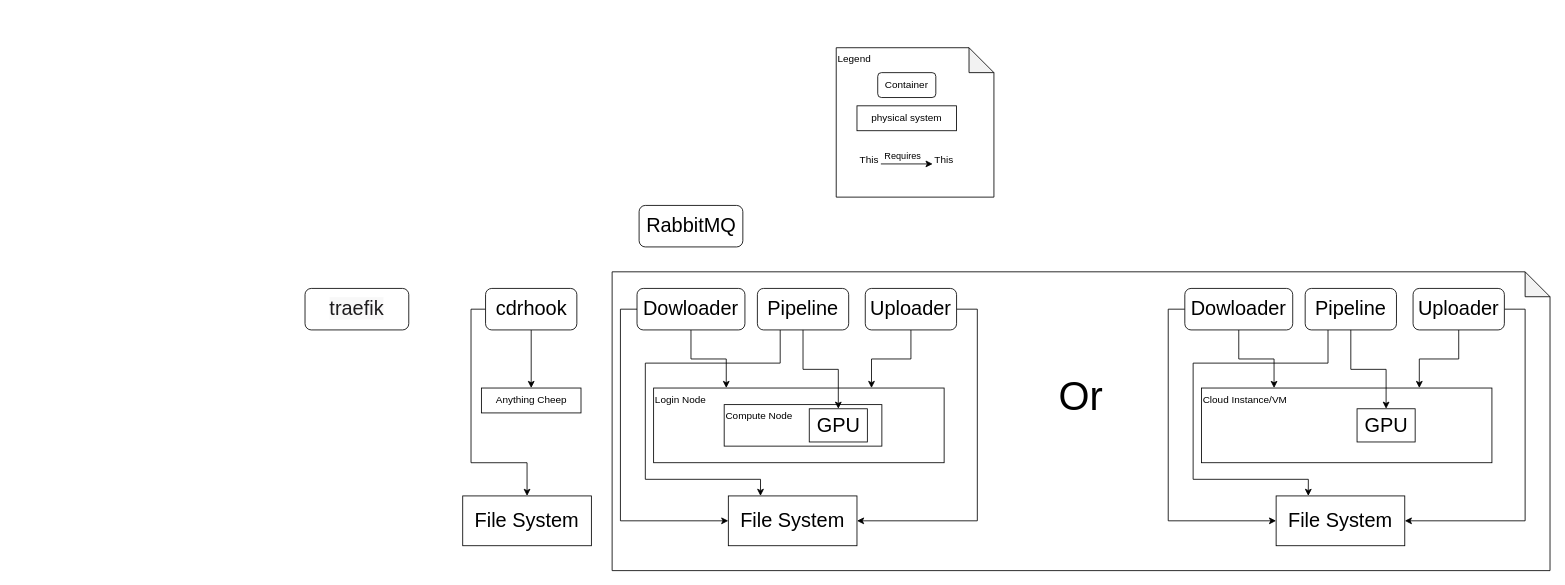
The draw.io diagram SystemDiagram.drawio in DARPA-CRITICALMAAS/uiuc-cdr, before the edit. Source tidied: cells renumbered, new cells numbered last; positions are measured from the earlier drawing's top-left corner, leaving out a move shared by most shapes. Both pictures are drawn from the tidied source at 83%, with x=0, y=0 at pixel (305, 47).
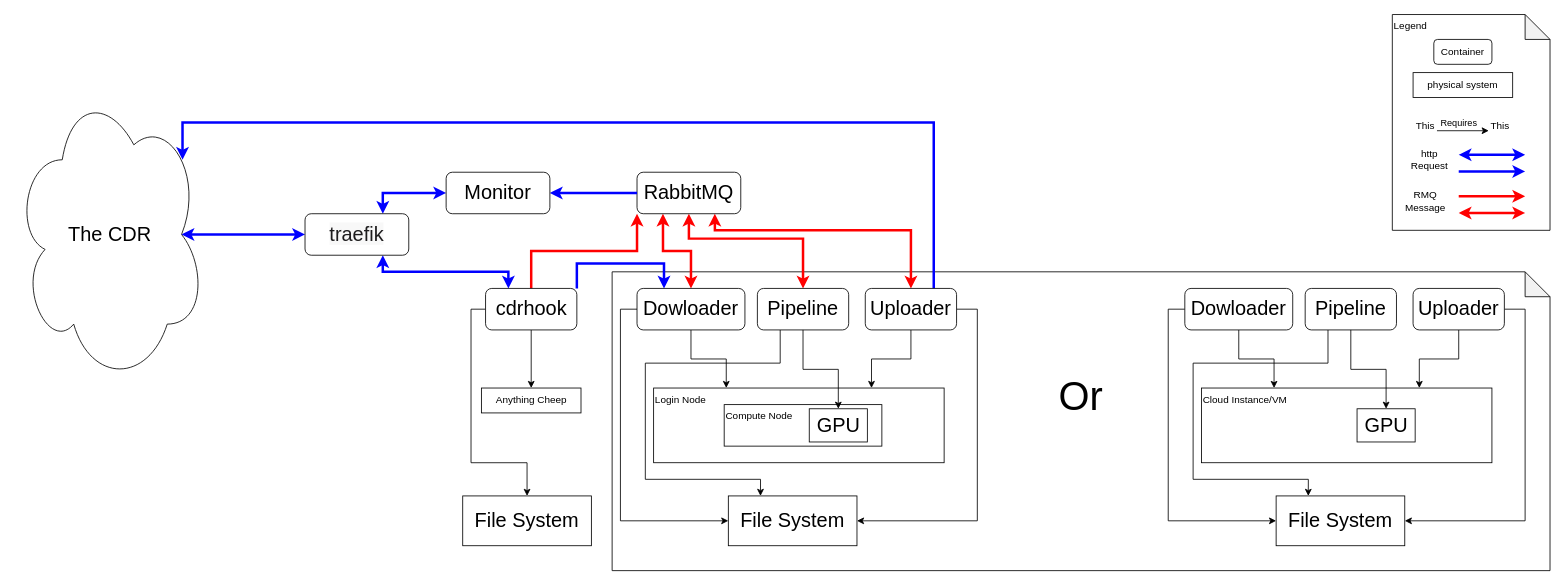
The same diagram, later.

Commit message:
Added draft of network conections

The change refers to these unchanged cells:
```xml
<mxCell id="6" value="cdrhook" style="rounded=1;whiteSpace=wrap;html=1;fontSize=24;" parent="1" vertex="1">
  <mxGeometry x="217.5" y="290" width="110" height="50" as="geometry" />
</mxCell>
<mxCell id="9" value="Dowloader" style="rounded=1;whiteSpace=wrap;html=1;fontSize=24;" parent="1" vertex="1">
  <mxGeometry x="400" y="290" width="130" height="50" as="geometry" />
</mxCell>
<mxCell id="11" value="Pipeline" style="rounded=1;whiteSpace=wrap;html=1;fontSize=24;" parent="1" vertex="1">
  <mxGeometry x="545" y="290" width="110" height="50" as="geometry" />
</mxCell>
<mxCell id="14" value="Uploader" style="rounded=1;whiteSpace=wrap;html=1;fontSize=24;" parent="1" vertex="1">
  <mxGeometry x="675" y="290" width="110" height="50" as="geometry" />
</mxCell>
```

What changed in the source:
```diff
@@
     <mxCell id="3" value="Legend" style="shape=note;whiteSpace=wrap;html=1;backgroundOutline=1;darkOpacity=0.05;align=left;verticalAlign=top;" parent="1" vertex="1">
-      <mxGeometry x="640" width="190" height="180" as="geometry" />
+      <mxGeometry x="1310" y="-40" width="190" height="260" as="geometry" />
     </mxCell>
@@
+    <mxCell id="43" style="edgeStyle=orthogonalEdgeStyle;rounded=0;jettySize=auto;html=1;exitX=0.5;exitY=0;exitDx=0;exitDy=0;entryX=0;entryY=1;entryDx=0;entryDy=0;strokeColor=#FF0000;strokeWidth=3;" parent="1" edge="1" source="6" target="15">
+      <mxGeometry relative="1" as="geometry" />
+    </mxCell>
+    <mxCell id="44" style="edgeStyle=orthogonalEdgeStyle;rounded=0;jettySize=auto;html=1;entryX=0.25;entryY=0;entryDx=0;entryDy=0;strokeWidth=3;strokeColor=#0000FF;exitX=1;exitY=0;exitDx=0;exitDy=0;" parent="1" edge="1" source="6" target="9">
+      <mxGeometry relative="1" as="geometry">
+        <Array as="points">
+          <mxPoint x="328" y="260" />
+          <mxPoint x="433" y="260" />
+        </Array>
+      </mxGeometry>
+    </mxCell>
@@
+    <mxCell id="45" style="edgeStyle=orthogonalEdgeStyle;rounded=0;jettySize=auto;html=1;entryX=0.25;entryY=1;entryDx=0;entryDy=0;startArrow=classic;startFill=1;strokeWidth=3;strokeColor=#FF0000;" parent="1" edge="1" source="9" target="15">
+      <mxGeometry relative="1" as="geometry" />
+    </mxCell>
@@
+    <mxCell id="46" style="edgeStyle=orthogonalEdgeStyle;rounded=0;jettySize=auto;html=1;entryX=0.5;entryY=1;entryDx=0;entryDy=0;strokeColor=#FF0000;strokeWidth=3;startArrow=classic;startFill=1;" parent="1" edge="1" source="11" target="15">
+      <mxGeometry relative="1" as="geometry">
+        <Array as="points">
+          <mxPoint x="600" y="230" />
+          <mxPoint x="463" y="230" />
+        </Array>
+      </mxGeometry>
+    </mxCell>
@@
+    <mxCell id="47" style="edgeStyle=orthogonalEdgeStyle;rounded=0;jettySize=auto;html=1;entryX=0.75;entryY=1;entryDx=0;entryDy=0;startArrow=classic;startFill=1;strokeColor=#FF0000;strokeWidth=3;" parent="1" edge="1" source="14" target="15">
+      <mxGeometry relative="1" as="geometry">
+        <Array as="points">
+          <mxPoint x="730" y="220" />
+          <mxPoint x="494" y="220" />
+        </Array>
+      </mxGeometry>
+    </mxCell>
+    <mxCell id="48" style="edgeStyle=orthogonalEdgeStyle;rounded=0;jettySize=auto;html=1;entryX=0.88;entryY=0.25;entryDx=0;entryDy=0;exitX=0.75;exitY=0;exitDx=0;exitDy=0;entryPerimeter=0;startArrow=none;startFill=0;strokeColor=#0000FF;strokeWidth=3;endArrow=classic;endFill=1;" parent="1" edge="1" source="14" target="60">
+      <mxGeometry relative="1" as="geometry">
+        <Array as="points">
+          <mxPoint x="758" y="90" />
+          <mxPoint x="-148" y="90" />
+        </Array>
+      </mxGeometry>
+    </mxCell>
@@
     <mxCell id="15" value="RabbitMQ" style="rounded=1;whiteSpace=wrap;html=1;fontSize=24;" parent="1" vertex="1">
-      <mxGeometry x="402.5" y="190" width="125" height="50" as="geometry" />
+      <mxGeometry x="400" y="150" width="125" height="50" as="geometry" />
     </mxCell>
@@
     <mxCell id="18" value="Container" style="rounded=1;whiteSpace=wrap;html=1;" parent="1" vertex="1">
-      <mxGeometry x="690" y="30" width="70" height="30" as="geometry" />
+      <mxGeometry x="1360" y="-10" width="70" height="30" as="geometry" />
     </mxCell>
     <mxCell id="19" value="physical system" style="rounded=0;whiteSpace=wrap;html=1;" parent="1" vertex="1">
-      <mxGeometry x="665" y="70" width="120" height="30" as="geometry" />
+      <mxGeometry x="1335" y="30" width="120" height="30" as="geometry" />
     </mxCell>
+    <mxCell id="49" style="edgeStyle=orthogonalEdgeStyle;rounded=0;jettySize=auto;html=1;entryX=0;entryY=0.5;entryDx=0;entryDy=0;strokeWidth=3;strokeColor=#0000FF;startArrow=classic;startFill=1;exitX=0.75;exitY=0;exitDx=0;exitDy=0;" parent="1" edge="1" source="20" target="59">
+      <mxGeometry relative="1" as="geometry" />
+    </mxCell>
+    <mxCell id="50" style="edgeStyle=orthogonalEdgeStyle;rounded=0;jettySize=auto;html=1;entryX=0.25;entryY=0;entryDx=0;entryDy=0;strokeWidth=3;strokeColor=#0000FF;exitX=0.75;exitY=1;exitDx=0;exitDy=0;startArrow=classic;startFill=1;" parent="1" edge="1" source="20" target="6">
+      <mxGeometry relative="1" as="geometry" />
+    </mxCell>
+    <mxCell id="51" style="edgeStyle=orthogonalEdgeStyle;rounded=0;jettySize=auto;html=1;startArrow=classic;startFill=1;strokeColor=#0000FF;strokeWidth=3;entryX=0.875;entryY=0.5;entryDx=0;entryDy=0;entryPerimeter=0;" parent="1" edge="1" source="20" target="60">
+      <mxGeometry relative="1" as="geometry" />
+    </mxCell>
     <mxCell id="20" value="&lt;span style=&quot;color: rgb(29, 28, 29); font-family: Slack-Lato, Slack-Fractions, appleLogo, sans-serif; font-variant-ligatures: common-ligatures; orphans: 2; text-align: left; widows: 2; background-color: rgb(248, 248, 248); text-decoration-thickness: initial; text-decoration-style: initial; text-decoration-color: initial;&quot;&gt;&lt;font style=&quot;font-size: 24px;&quot;&gt;traefik&lt;/font&gt;&lt;/span&gt;" style="rounded=1;whiteSpace=wrap;html=1;fontSize=24;" parent="1" vertex="1">
-      <mxGeometry y="290" width="125" height="50" as="geometry" />
+      <mxGeometry y="200" width="125" height="50" as="geometry" />
     </mxCell>
     <mxCell id="21" style="endArrow=classic;html=1;rounded=0;" parent="1" edge="1">
       <mxGeometry relative="1" as="geometry">
-        <mxPoint x="693.8" y="140" as="sourcePoint" />
-        <mxPoint x="756.2" y="140" as="targetPoint" />
+        <mxPoint x="1363.8" y="100" as="sourcePoint" />
+        <mxPoint x="1426.2" y="100" as="targetPoint" />
       </mxGeometry>
     </mxCell>
@@
     <mxCell id="23" value="This" style="text;html=1;align=center;verticalAlign=middle;whiteSpace=wrap;rounded=0;" parent="1" vertex="1">
-      <mxGeometry x="650" y="120" width="60" height="30" as="geometry" />
+      <mxGeometry x="1320" y="80" width="60" height="30" as="geometry" />
     </mxCell>
     <mxCell id="24" value="This" style="text;html=1;align=center;verticalAlign=middle;whiteSpace=wrap;rounded=0;" parent="1" vertex="1">
-      <mxGeometry x="740" y="120" width="60" height="30" as="geometry" />
+      <mxGeometry x="1410" y="80" width="60" height="30" as="geometry" />
     </mxCell>
@@
+    <mxCell id="52" style="endArrow=classic;html=1;rounded=0;strokeWidth=3;strokeColor=#0000FF;" parent="1" edge="1">
+      <mxGeometry relative="1" as="geometry">
+        <mxPoint x="1390" y="149" as="sourcePoint" />
+        <mxPoint x="1470" y="149" as="targetPoint" />
+      </mxGeometry>
+    </mxCell>
+    <mxCell id="53" style="endArrow=classic;html=1;rounded=0;strokeWidth=3;strokeColor=#FF0000;" parent="1" edge="1">
+      <mxGeometry relative="1" as="geometry">
+        <mxPoint x="1390" y="179" as="sourcePoint" />
+        <mxPoint x="1470" y="179" as="targetPoint" />
+      </mxGeometry>
+    </mxCell>
+    <mxCell id="54" style="endArrow=classic;html=1;rounded=0;strokeWidth=3;strokeColor=#0000FF;startArrow=classic;startFill=1;" parent="1" edge="1">
+      <mxGeometry relative="1" as="geometry">
+        <mxPoint x="1390" y="129" as="sourcePoint" />
+        <mxPoint x="1470" y="129" as="targetPoint" />
+      </mxGeometry>
+    </mxCell>
+    <mxCell id="55" style="endArrow=classic;html=1;rounded=0;strokeWidth=3;strokeColor=#FF0000;startArrow=classic;startFill=1;" parent="1" edge="1">
+      <mxGeometry relative="1" as="geometry">
+        <mxPoint x="1390" y="199" as="sourcePoint" />
+        <mxPoint x="1470" y="199" as="targetPoint" />
+      </mxGeometry>
+    </mxCell>
+    <mxCell id="56" value="http Request" style="text;html=1;align=center;verticalAlign=middle;whiteSpace=wrap;rounded=0;" parent="1" vertex="1">
+      <mxGeometry x="1325" y="120" width="60" height="30" as="geometry" />
+    </mxCell>
+    <mxCell id="57" value="RMQ Message" style="text;html=1;align=center;verticalAlign=middle;whiteSpace=wrap;rounded=0;" parent="1" vertex="1">
+      <mxGeometry x="1320" y="170" width="60" height="30" as="geometry" />
+    </mxCell>
+    <mxCell id="58" style="edgeStyle=orthogonalEdgeStyle;rounded=0;jettySize=auto;html=1;entryX=0;entryY=0.5;entryDx=0;entryDy=0;strokeWidth=3;strokeColor=#0000FF;startArrow=classic;startFill=1;endArrow=none;endFill=0;" parent="1" edge="1" source="59" target="15">
+      <mxGeometry relative="1" as="geometry" />
+    </mxCell>
+    <mxCell id="59" value="Monitor" style="rounded=1;whiteSpace=wrap;html=1;fontSize=24;" parent="1" vertex="1">
+      <mxGeometry x="170" y="150" width="125" height="50" as="geometry" />
+    </mxCell>
+    <mxCell id="60" value="The CDR" style="ellipse;shape=cloud;whiteSpace=wrap;html=1;fontSize=24;" parent="1" vertex="1">
+      <mxGeometry x="-350" y="45" width="230" height="360" as="geometry" />
+    </mxCell>
```
